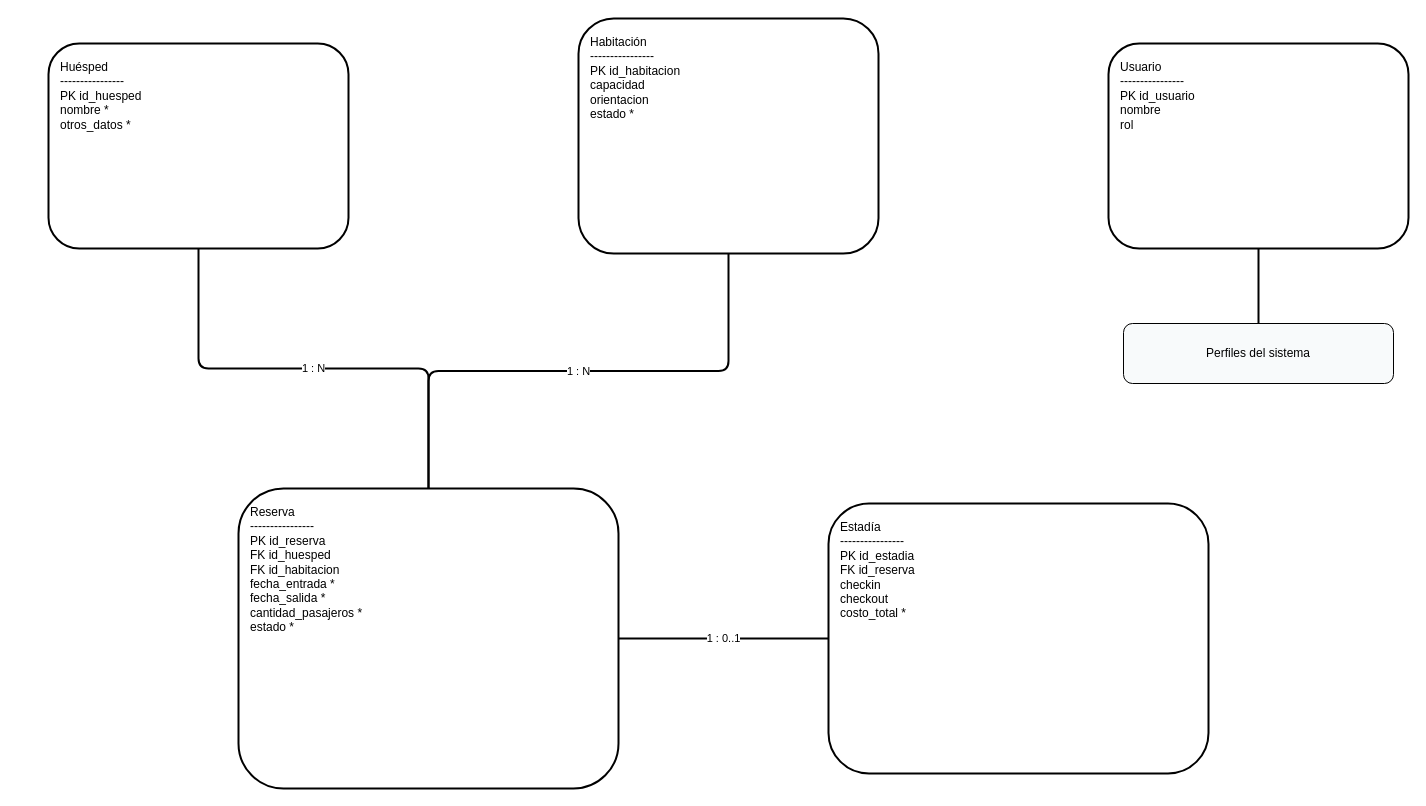
This is diagramas-editables/03-modelo-base-datos.drawio from Yutre3/diego, a draw.io file, before an edit. Source tidied: cells renumbered, new cells numbered last; positions are measured from the earlier drawing's top-left corner, leaving out a move shared by most shapes. Both pictures are drawn from the tidied source at 100%, with x=0, y=0 at pixel (48, 18).
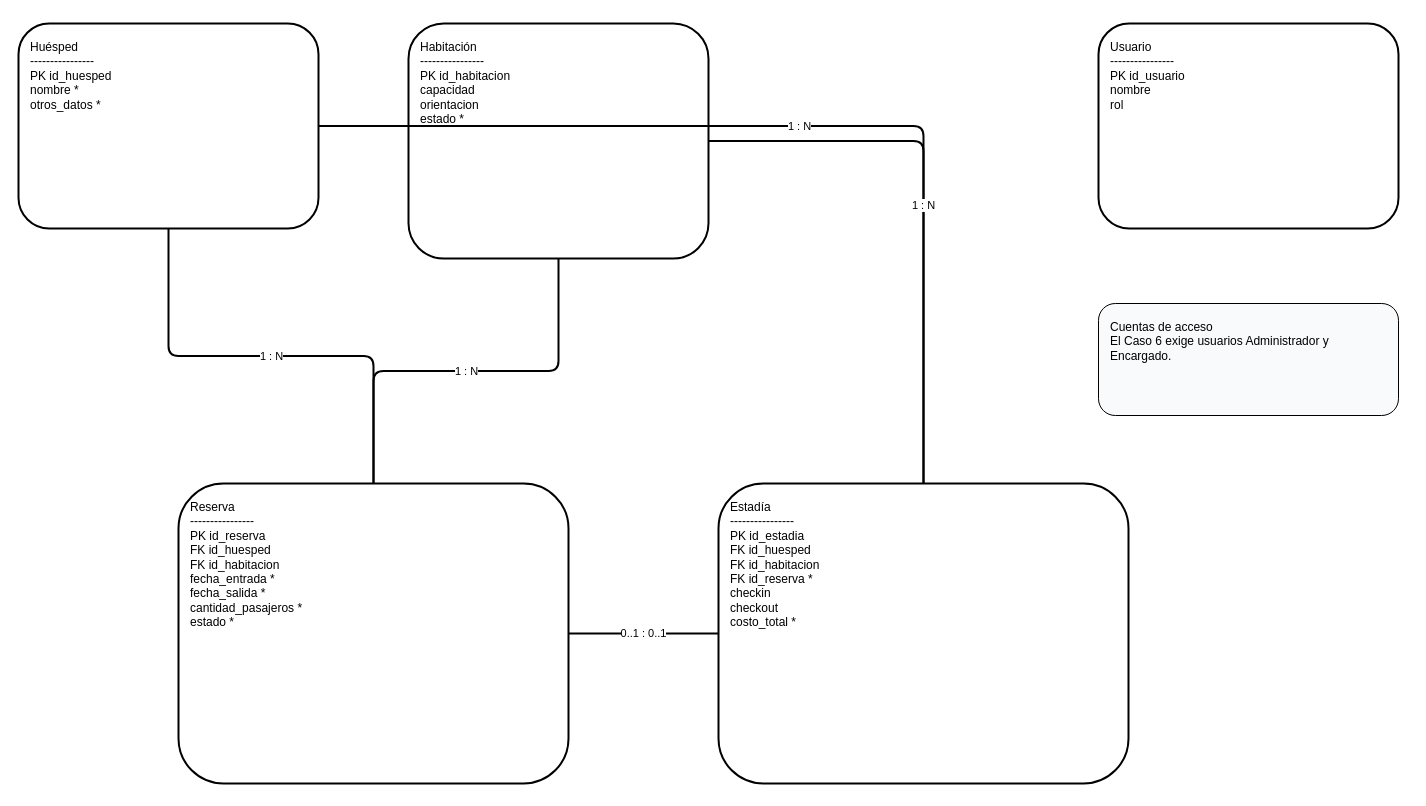
The same diagram, later.

Commit message:
Actualizar fuente editable del modelo 4

Change to the diagram source:
```diff
@@
 <mxGraphModel>
   <root>
     <mxCell id="0" />
     <mxCell id="1" parent="0" />
     <mxCell id="2" value="Huésped&#10;----------------&#10;PK id_huesped&#10;nombre *&#10;otros_datos *" style="rounded=1;whiteSpace=wrap;html=1;strokeWidth=2;align=left;verticalAlign=top;spacing=12;" parent="1" vertex="1">
-      <mxGeometry y="25" width="300" height="205" as="geometry" />
+      <mxGeometry x="-30" y="5" width="300" height="205" as="geometry" />
     </mxCell>
     <mxCell id="3" value="Habitación&#10;----------------&#10;PK id_habitacion&#10;capacidad&#10;orientacion&#10;estado *" style="rounded=1;whiteSpace=wrap;html=1;strokeWidth=2;align=left;verticalAlign=top;spacing=12;" parent="1" vertex="1">
-      <mxGeometry x="530" width="300" height="235" as="geometry" />
+      <mxGeometry x="360" y="5" width="300" height="235" as="geometry" />
     </mxCell>
     <mxCell id="4" value="Usuario&#10;----------------&#10;PK id_usuario&#10;nombre&#10;rol" style="rounded=1;whiteSpace=wrap;html=1;strokeWidth=2;align=left;verticalAlign=top;spacing=12;" parent="1" vertex="1">
-      <mxGeometry x="1060" y="25" width="300" height="205" as="geometry" />
+      <mxGeometry x="1050" y="5" width="300" height="205" as="geometry" />
     </mxCell>
     <mxCell id="5" value="Reserva&#10;----------------&#10;PK id_reserva&#10;FK id_huesped&#10;FK id_habitacion&#10;fecha_entrada *&#10;fecha_salida *&#10;cantidad_pasajeros *&#10;estado *" style="rounded=1;whiteSpace=wrap;html=1;strokeWidth=2;align=left;verticalAlign=top;spacing=12;" parent="1" vertex="1">
-      <mxGeometry x="190" y="470" width="380" height="300" as="geometry" />
+      <mxGeometry x="130" y="465" width="390" height="300" as="geometry" />
     </mxCell>
-    <mxCell id="6" value="Estadía&#10;----------------&#10;PK id_estadia&#10;FK id_reserva&#10;checkin&#10;checkout&#10;costo_total *" style="rounded=1;whiteSpace=wrap;html=1;strokeWidth=2;align=left;verticalAlign=top;spacing=12;" parent="1" vertex="1">
-      <mxGeometry x="780" y="485" width="380" height="270" as="geometry" />
+    <mxCell id="6" value="Estadía&#10;----------------&#10;PK id_estadia&#10;FK id_huesped&#10;FK id_habitacion&#10;FK id_reserva *&#10;checkin&#10;checkout&#10;costo_total *" style="rounded=1;whiteSpace=wrap;html=1;strokeWidth=2;align=left;verticalAlign=top;spacing=12;" parent="1" vertex="1">
+      <mxGeometry x="670" y="465" width="410" height="300" as="geometry" />
     </mxCell>
     <mxCell id="7" value="1 : N" style="edgeStyle=orthogonalEdgeStyle;endArrow=none;html=1;strokeWidth=2;" parent="1" edge="1" source="2" target="5">
       <mxGeometry relative="1" as="geometry" />
     </mxCell>
     <mxCell id="8" value="1 : N" style="edgeStyle=orthogonalEdgeStyle;endArrow=none;html=1;strokeWidth=2;" parent="1" edge="1" source="3" target="5">
       <mxGeometry relative="1" as="geometry" />
     </mxCell>
-    <mxCell id="9" value="1 : 0..1" style="edgeStyle=orthogonalEdgeStyle;endArrow=none;html=1;strokeWidth=2;" parent="1" edge="1" source="5" target="6">
+    <mxCell id="9" value="1 : N" style="edgeStyle=orthogonalEdgeStyle;endArrow=none;html=1;strokeWidth=2;" parent="1" edge="1" source="2" target="6">
       <mxGeometry relative="1" as="geometry" />
     </mxCell>
+    <mxCell id="11" value="1 : N" style="edgeStyle=orthogonalEdgeStyle;endArrow=none;html=1;strokeWidth=2;" parent="1" edge="1" source="3" target="6">
+      <mxGeometry relative="1" as="geometry" />
+    </mxCell>
+    <mxCell id="12" value="0..1 : 0..1" style="edgeStyle=orthogonalEdgeStyle;endArrow=none;html=1;strokeWidth=2;" parent="1" edge="1" source="5" target="6">
+      <mxGeometry relative="1" as="geometry" />
+    </mxCell>
-    <mxCell id="10" value="Perfiles del sistema" style="rounded=1;whiteSpace=wrap;html=1;strokeWidth=1;fillColor=#f8fafb;" parent="1" vertex="1">
-      <mxGeometry x="1075" y="305" width="270" height="60" as="geometry" />
+    <mxCell id="10" value="Cuentas de acceso&#10;El Caso 6 exige usuarios Administrador y Encargado." style="rounded=1;whiteSpace=wrap;html=1;strokeWidth=1;fillColor=#f8fafb;align=left;verticalAlign=top;spacing=12;" parent="1" vertex="1">
+      <mxGeometry x="1050" y="285" width="300" height="112" as="geometry" />
     </mxCell>
-    <mxCell id="11" style="edgeStyle=orthogonalEdgeStyle;endArrow=none;html=1;strokeWidth=2;" parent="1" edge="1" source="4" target="10">
-      <mxGeometry relative="1" as="geometry" />
-    </mxCell>
   </root>
 </mxGraphModel>
```
